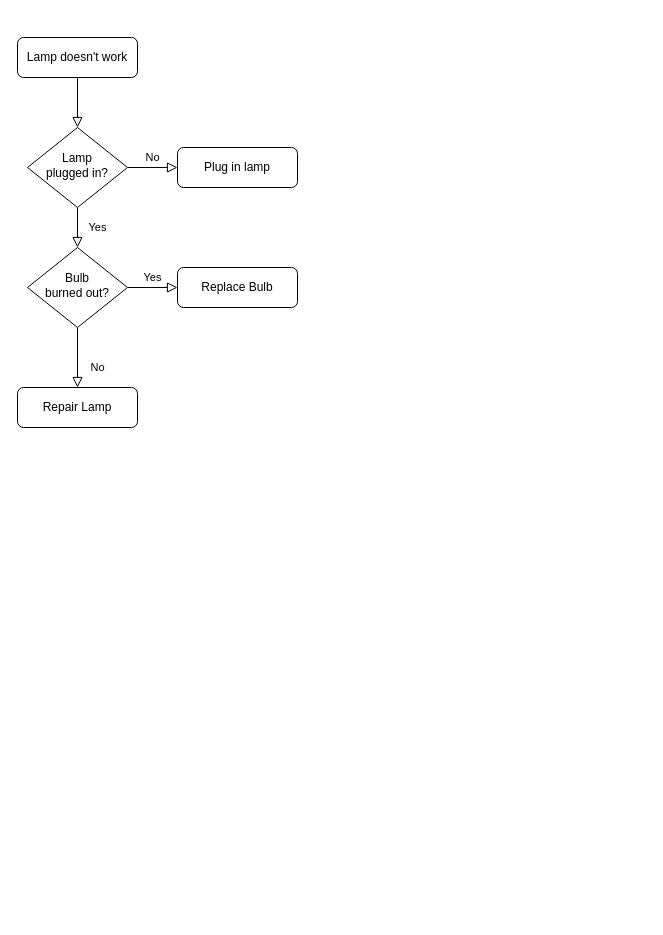
The draw.io diagram Untitled Diagram.drawio in peipeipeipeigit/ohmyworld, before the edit. Source tidied: cells renumbered, new cells numbered last; positions are measured from the earlier drawing's top-left corner, leaving out a move shared by most shapes. Both pictures are drawn from the tidied source at 100%, with x=0, y=0 at pixel (17, 37).
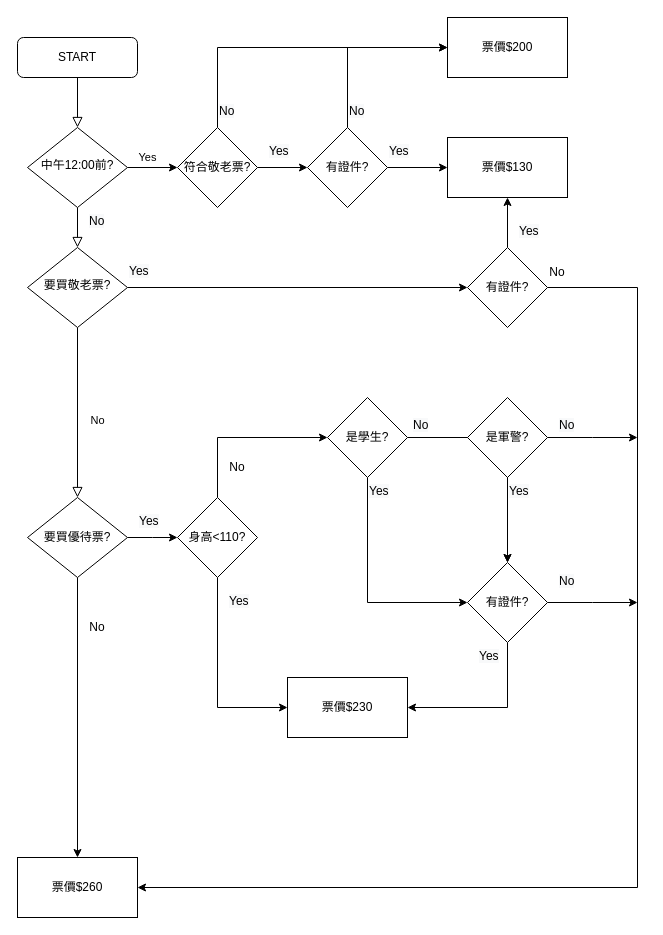
The same diagram, later.

Diff of the diagram source:
```diff
@@
-    <mxCell id="3" value="Lamp doesn't work" style="rounded=1;whiteSpace=wrap;html=1;fontSize=12;glass=0;strokeWidth=1;shadow=0;" parent="1" vertex="1">
+    <mxCell id="3" value="START" style="rounded=1;whiteSpace=wrap;html=1;fontSize=12;glass=0;strokeWidth=1;shadow=0;" parent="1" vertex="1">
       <mxGeometry width="120" height="40" as="geometry" />
     </mxCell>
     <mxCell id="4" value="Yes" style="rounded=0;html=1;jettySize=auto;fontSize=11;endArrow=block;endFill=0;endSize=8;strokeWidth=1;shadow=0;labelBackgroundColor=none;edgeStyle=orthogonalEdgeStyle;" parent="1" edge="1" source="6" target="10">
-      <mxGeometry y="20" relative="1" as="geometry" />
+      <mxGeometry x="-1" y="86" relative="1" as="geometry">
+        <mxPoint x="-16" y="-50" as="offset" />
+      </mxGeometry>
     </mxCell>
-    <mxCell id="5" value="No" style="edgeStyle=orthogonalEdgeStyle;rounded=0;html=1;jettySize=auto;fontSize=11;endArrow=block;endFill=0;endSize=8;strokeWidth=1;shadow=0;labelBackgroundColor=none;" parent="1" edge="1" source="6" target="7">
-      <mxGeometry y="10" relative="1" as="geometry" />
-    </mxCell>
+    <mxCell id="13" style="edgeStyle=orthogonalEdgeStyle;rounded=0;jettySize=auto;html=1;" parent="1" edge="1" source="6" target="17">
+      <mxGeometry relative="1" as="geometry" />
+    </mxCell>
-    <mxCell id="6" value="Lamp&lt;br&gt;plugged in?" style="rhombus;whiteSpace=wrap;html=1;shadow=0;fontFamily=Helvetica;fontSize=12;align=center;strokeWidth=1;spacing=6;spacingTop=-4;" parent="1" vertex="1">
+    <mxCell id="6" value="中午12:00前?" style="rhombus;whiteSpace=wrap;html=1;shadow=0;fontFamily=Helvetica;fontSize=12;align=center;strokeWidth=1;spacing=6;spacingTop=-4;" parent="1" vertex="1">
       <mxGeometry x="10" y="90" width="100" height="80" as="geometry" />
     </mxCell>
-    <mxCell id="7" value="Plug in lamp" style="rounded=1;whiteSpace=wrap;html=1;fontSize=12;glass=0;strokeWidth=1;shadow=0;" parent="1" vertex="1">
-      <mxGeometry x="160" y="110" width="120" height="40" as="geometry" />
-    </mxCell>
-    <mxCell id="8" value="No" style="rounded=0;html=1;jettySize=auto;fontSize=11;endArrow=block;endFill=0;endSize=8;strokeWidth=1;shadow=0;labelBackgroundColor=none;edgeStyle=orthogonalEdgeStyle;" parent="1" edge="1" source="10" target="11">
-      <mxGeometry x="0.33" y="20" relative="1" as="geometry" />
+    <mxCell id="8" value="No" style="rounded=0;html=1;jettySize=auto;fontSize=11;endArrow=block;endFill=0;endSize=8;strokeWidth=1;shadow=0;labelBackgroundColor=none;edgeStyle=orthogonalEdgeStyle;entryX=0.5;entryY=0;entryDx=0;entryDy=0;exitX=0.5;exitY=1;exitDx=0;exitDy=0;" parent="1" edge="1" source="10" target="24">
+      <mxGeometry x="0.09" y="20" relative="1" as="geometry" />
     </mxCell>
-    <mxCell id="9" value="Yes" style="edgeStyle=orthogonalEdgeStyle;rounded=0;html=1;jettySize=auto;fontSize=11;endArrow=block;endFill=0;endSize=8;strokeWidth=1;shadow=0;labelBackgroundColor=none;" parent="1" edge="1" source="10" target="12">
-      <mxGeometry y="10" relative="1" as="geometry" />
-    </mxCell>
+    <mxCell id="14" style="edgeStyle=orthogonalEdgeStyle;rounded=0;jettySize=auto;html=1;entryX=0;entryY=0.5;entryDx=0;entryDy=0;" parent="1" edge="1" source="10" target="49">
+      <mxGeometry relative="1" as="geometry" />
+    </mxCell>
-    <mxCell id="10" value="Bulb&lt;br&gt;burned out?" style="rhombus;whiteSpace=wrap;html=1;shadow=0;fontFamily=Helvetica;fontSize=12;align=center;strokeWidth=1;spacing=6;spacingTop=-4;" parent="1" vertex="1">
+    <mxCell id="10" value="要買敬老票?" style="rhombus;whiteSpace=wrap;html=1;shadow=0;fontFamily=Helvetica;fontSize=12;align=center;strokeWidth=1;spacing=6;spacingTop=-4;" parent="1" vertex="1">
       <mxGeometry x="10" y="210" width="100" height="80" as="geometry" />
     </mxCell>
-    <mxCell id="11" value="Repair Lamp" style="rounded=1;whiteSpace=wrap;html=1;fontSize=12;glass=0;strokeWidth=1;shadow=0;" parent="1" vertex="1">
-      <mxGeometry y="350" width="120" height="40" as="geometry" />
-    </mxCell>
-    <mxCell id="12" value="Replace Bulb" style="rounded=1;whiteSpace=wrap;html=1;fontSize=12;glass=0;strokeWidth=1;shadow=0;" parent="1" vertex="1">
-      <mxGeometry x="160" y="230" width="120" height="40" as="geometry" />
-    </mxCell>
+    <mxCell id="15" style="edgeStyle=orthogonalEdgeStyle;rounded=0;jettySize=auto;html=1;" parent="1" edge="1" source="17" target="20">
+      <mxGeometry relative="1" as="geometry" />
+    </mxCell>
+    <mxCell id="16" style="edgeStyle=orthogonalEdgeStyle;rounded=0;jettySize=auto;html=1;entryX=0;entryY=0.5;entryDx=0;entryDy=0;" parent="1" edge="1" source="17" target="42">
+      <mxGeometry relative="1" as="geometry">
+        <Array as="points">
+          <mxPoint x="200" y="10" />
+        </Array>
+      </mxGeometry>
+    </mxCell>
+    <mxCell id="17" value="符合敬老票?" style="rhombus;whiteSpace=wrap;html=1;" parent="1" vertex="1">
+      <mxGeometry x="160" y="90" width="80" height="80" as="geometry" />
+    </mxCell>
+    <mxCell id="18" style="edgeStyle=orthogonalEdgeStyle;rounded=0;jettySize=auto;html=1;" parent="1" edge="1" source="20" target="21">
+      <mxGeometry relative="1" as="geometry" />
+    </mxCell>
+    <mxCell id="19" style="edgeStyle=orthogonalEdgeStyle;rounded=0;jettySize=auto;html=1;entryX=0;entryY=0.5;entryDx=0;entryDy=0;exitX=0.5;exitY=0;exitDx=0;exitDy=0;" parent="1" edge="1" source="20" target="42">
+      <mxGeometry relative="1" as="geometry" />
+    </mxCell>
+    <mxCell id="20" value="有證件?" style="rhombus;whiteSpace=wrap;html=1;" parent="1" vertex="1">
+      <mxGeometry x="290" y="90" width="80" height="80" as="geometry" />
+    </mxCell>
+    <mxCell id="21" value="票價$130" style="rounded=0;whiteSpace=wrap;html=1;" parent="1" vertex="1">
+      <mxGeometry x="430" y="100" width="120" height="60" as="geometry" />
+    </mxCell>
+    <mxCell id="22" style="edgeStyle=orthogonalEdgeStyle;rounded=0;jettySize=auto;html=1;" parent="1" edge="1" source="24">
+      <mxGeometry relative="1" as="geometry">
+        <mxPoint x="160" y="500" as="targetPoint" />
+      </mxGeometry>
+    </mxCell>
+    <mxCell id="23" style="edgeStyle=orthogonalEdgeStyle;rounded=0;jettySize=auto;html=1;entryX=0.5;entryY=0;entryDx=0;entryDy=0;" parent="1" edge="1" source="24" target="32">
+      <mxGeometry relative="1" as="geometry" />
+    </mxCell>
+    <mxCell id="24" value="要買優待票?" style="rhombus;whiteSpace=wrap;html=1;" parent="1" vertex="1">
+      <mxGeometry x="10" y="460" width="100" height="80" as="geometry" />
+    </mxCell>
+    <mxCell id="25" style="edgeStyle=orthogonalEdgeStyle;rounded=0;jettySize=auto;html=1;entryX=0;entryY=0.5;entryDx=0;entryDy=0;exitX=0.5;exitY=0;exitDx=0;exitDy=0;" parent="1" edge="1" source="31" target="35">
+      <mxGeometry relative="1" as="geometry" />
+    </mxCell>
+    <mxCell id="26" style="edgeStyle=orthogonalEdgeStyle;rounded=0;jettySize=auto;html=1;exitX=0.5;exitY=1;exitDx=0;exitDy=0;" parent="1" edge="1" source="28" target="29">
+      <mxGeometry relative="1" as="geometry">
+        <Array as="points">
+          <mxPoint x="490" y="670" />
+        </Array>
+      </mxGeometry>
+    </mxCell>
+    <mxCell id="27" style="edgeStyle=orthogonalEdgeStyle;rounded=0;jettySize=auto;html=1;exitX=1;exitY=0.5;exitDx=0;exitDy=0;" parent="1" edge="1" source="28">
+      <mxGeometry relative="1" as="geometry">
+        <mxPoint x="620" y="565" as="targetPoint" />
+      </mxGeometry>
+    </mxCell>
+    <mxCell id="28" value="有證件?" style="rhombus;whiteSpace=wrap;html=1;" parent="1" vertex="1">
+      <mxGeometry x="450" y="525" width="80" height="80" as="geometry" />
+    </mxCell>
+    <mxCell id="29" value="票價$230" style="rounded=0;whiteSpace=wrap;html=1;" parent="1" vertex="1">
+      <mxGeometry x="270" y="640" width="120" height="60" as="geometry" />
+    </mxCell>
+    <mxCell id="30" style="edgeStyle=orthogonalEdgeStyle;rounded=0;jettySize=auto;html=1;exitX=0.5;exitY=1;exitDx=0;exitDy=0;" parent="1" edge="1" source="31" target="29">
+      <mxGeometry relative="1" as="geometry">
+        <Array as="points">
+          <mxPoint x="200" y="670" />
+        </Array>
+      </mxGeometry>
+    </mxCell>
+    <mxCell id="31" value="身高&amp;lt;110?" style="rhombus;whiteSpace=wrap;html=1;" parent="1" vertex="1">
+      <mxGeometry x="160" y="460" width="80" height="80" as="geometry" />
+    </mxCell>
+    <mxCell id="32" value="票價$260" style="rounded=0;whiteSpace=wrap;html=1;" parent="1" vertex="1">
+      <mxGeometry y="820" width="120" height="60" as="geometry" />
+    </mxCell>
+    <mxCell id="33" style="edgeStyle=orthogonalEdgeStyle;rounded=0;jettySize=auto;html=1;" parent="1" edge="1" source="35" target="28">
+      <mxGeometry relative="1" as="geometry" />
+    </mxCell>
+    <mxCell id="34" style="edgeStyle=orthogonalEdgeStyle;rounded=0;jettySize=auto;html=1;entryX=0;entryY=0.5;entryDx=0;entryDy=0;" parent="1" edge="1" source="35" target="28">
+      <mxGeometry relative="1" as="geometry">
+        <Array as="points">
+          <mxPoint x="350" y="565" />
+        </Array>
+      </mxGeometry>
+    </mxCell>
+    <mxCell id="35" value="是學生?" style="rhombus;whiteSpace=wrap;html=1;" parent="1" vertex="1">
+      <mxGeometry x="310" y="360" width="80" height="80" as="geometry" />
+    </mxCell>
+    <mxCell id="36" style="edgeStyle=orthogonalEdgeStyle;rounded=0;jettySize=auto;html=1;" parent="1" edge="1" source="38" target="28">
+      <mxGeometry relative="1" as="geometry" />
+    </mxCell>
+    <mxCell id="37" style="edgeStyle=orthogonalEdgeStyle;rounded=0;jettySize=auto;html=1;" parent="1" edge="1" source="38">
+      <mxGeometry relative="1" as="geometry">
+        <mxPoint x="620" y="400" as="targetPoint" />
+      </mxGeometry>
+    </mxCell>
+    <mxCell id="38" value="是軍警?" style="rhombus;whiteSpace=wrap;html=1;" parent="1" vertex="1">
+      <mxGeometry x="450" y="360" width="80" height="80" as="geometry" />
+    </mxCell>
+    <mxCell id="39" value="No" style="text;html=1;strokeColor=none;fillColor=none;align=center;verticalAlign=middle;whiteSpace=wrap;rounded=0;" parent="1" vertex="1">
+      <mxGeometry x="60" y="580" width="40" height="20" as="geometry" />
+    </mxCell>
+    <mxCell id="40" value="&lt;span style=&quot;color: rgb(0 , 0 , 0) ; font-family: &amp;#34;helvetica&amp;#34; ; font-size: 12px ; font-style: normal ; font-weight: 400 ; letter-spacing: normal ; text-align: center ; text-indent: 0px ; text-transform: none ; word-spacing: 0px ; background-color: rgb(248 , 249 , 250) ; float: none ; display: inline&quot;&gt;Yes&lt;/span&gt;" style="text;whiteSpace=wrap;html=1;" parent="1" vertex="1">
+      <mxGeometry x="250" y="100" width="40" height="30" as="geometry" />
+    </mxCell>
+    <mxCell id="41" value="&lt;span style=&quot;color: rgb(0 , 0 , 0) ; font-family: &amp;#34;helvetica&amp;#34; ; font-size: 12px ; font-style: normal ; font-weight: 400 ; letter-spacing: normal ; text-align: center ; text-indent: 0px ; text-transform: none ; word-spacing: 0px ; background-color: rgb(248 , 249 , 250) ; float: none ; display: inline&quot;&gt;Yes&lt;/span&gt;" style="text;whiteSpace=wrap;html=1;" parent="1" vertex="1">
+      <mxGeometry x="370" y="100" width="40" height="30" as="geometry" />
+    </mxCell>
+    <mxCell id="42" value="票價$200" style="rounded=0;whiteSpace=wrap;html=1;" parent="1" vertex="1">
+      <mxGeometry x="430" y="-20" width="120" height="60" as="geometry" />
+    </mxCell>
+    <mxCell id="43" value="&lt;span style=&quot;color: rgb(0, 0, 0); font-family: Helvetica; font-size: 12px; font-style: normal; font-variant-ligatures: normal; font-variant-caps: normal; font-weight: 400; letter-spacing: normal; orphans: 2; text-align: center; text-indent: 0px; text-transform: none; widows: 2; word-spacing: 0px; -webkit-text-stroke-width: 0px; background-color: rgb(248, 249, 250); text-decoration-style: initial; text-decoration-color: initial; float: none; display: inline !important;&quot;&gt;No&lt;/span&gt;" style="text;whiteSpace=wrap;html=1;" parent="1" vertex="1">
+      <mxGeometry x="70" y="170" width="40" height="30" as="geometry" />
+    </mxCell>
+    <mxCell id="44" value="&lt;span style=&quot;color: rgb(0, 0, 0); font-family: Helvetica; font-size: 12px; font-style: normal; font-variant-ligatures: normal; font-variant-caps: normal; font-weight: 400; letter-spacing: normal; orphans: 2; text-align: center; text-indent: 0px; text-transform: none; widows: 2; word-spacing: 0px; -webkit-text-stroke-width: 0px; background-color: rgb(248, 249, 250); text-decoration-style: initial; text-decoration-color: initial; float: none; display: inline !important;&quot;&gt;No&lt;/span&gt;" style="text;whiteSpace=wrap;html=1;" parent="1" vertex="1">
+      <mxGeometry x="330" y="60" width="40" height="30" as="geometry" />
+    </mxCell>
+    <mxCell id="45" value="&lt;span style=&quot;color: rgb(0, 0, 0); font-family: Helvetica; font-size: 12px; font-style: normal; font-variant-ligatures: normal; font-variant-caps: normal; font-weight: 400; letter-spacing: normal; orphans: 2; text-align: center; text-indent: 0px; text-transform: none; widows: 2; word-spacing: 0px; -webkit-text-stroke-width: 0px; background-color: rgb(248, 249, 250); text-decoration-style: initial; text-decoration-color: initial; float: none; display: inline !important;&quot;&gt;No&lt;/span&gt;" style="text;whiteSpace=wrap;html=1;" parent="1" vertex="1">
+      <mxGeometry x="200" y="60" width="40" height="30" as="geometry" />
+    </mxCell>
+    <mxCell id="46" value="&lt;span style=&quot;color: rgb(0 , 0 , 0) ; font-family: &amp;#34;helvetica&amp;#34; ; font-size: 12px ; font-style: normal ; font-weight: 400 ; letter-spacing: normal ; text-align: center ; text-indent: 0px ; text-transform: none ; word-spacing: 0px ; background-color: rgb(248 , 249 , 250) ; float: none ; display: inline&quot;&gt;Yes&lt;/span&gt;" style="text;whiteSpace=wrap;html=1;" parent="1" vertex="1">
+      <mxGeometry x="110" y="220" width="40" height="30" as="geometry" />
+    </mxCell>
+    <mxCell id="47" style="edgeStyle=orthogonalEdgeStyle;rounded=0;jettySize=auto;html=1;entryX=1;entryY=0.5;entryDx=0;entryDy=0;exitX=1;exitY=0.5;exitDx=0;exitDy=0;" parent="1" edge="1" source="49" target="32">
+      <mxGeometry relative="1" as="geometry">
+        <Array as="points">
+          <mxPoint x="620" y="250" />
+          <mxPoint x="620" y="850" />
+        </Array>
+      </mxGeometry>
+    </mxCell>
+    <mxCell id="48" style="edgeStyle=orthogonalEdgeStyle;rounded=0;jettySize=auto;html=1;" parent="1" edge="1" source="49" target="21">
+      <mxGeometry relative="1" as="geometry" />
+    </mxCell>
+    <mxCell id="49" value="有證件?" style="rhombus;whiteSpace=wrap;html=1;" parent="1" vertex="1">
+      <mxGeometry x="450" y="210" width="80" height="80" as="geometry" />
+    </mxCell>
+    <mxCell id="50" value="&lt;span style=&quot;color: rgb(0 , 0 , 0) ; font-family: &amp;#34;helvetica&amp;#34; ; font-size: 12px ; font-style: normal ; font-weight: 400 ; letter-spacing: normal ; text-align: center ; text-indent: 0px ; text-transform: none ; word-spacing: 0px ; background-color: rgb(248 , 249 , 250) ; float: none ; display: inline&quot;&gt;Yes&lt;/span&gt;" style="text;whiteSpace=wrap;html=1;" parent="1" vertex="1">
+      <mxGeometry x="500" y="180" width="40" height="30" as="geometry" />
+    </mxCell>
+    <mxCell id="51" value="&lt;span style=&quot;color: rgb(0 , 0 , 0) ; font-family: &amp;#34;helvetica&amp;#34; ; font-size: 12px ; font-style: normal ; font-weight: 400 ; letter-spacing: normal ; text-align: center ; text-indent: 0px ; text-transform: none ; word-spacing: 0px ; background-color: rgb(248 , 249 , 250) ; float: none ; display: inline&quot;&gt;Yes&lt;/span&gt;" style="text;whiteSpace=wrap;html=1;" parent="1" vertex="1">
+      <mxGeometry x="120" y="470" width="40" height="30" as="geometry" />
+    </mxCell>
+    <mxCell id="52" value="&lt;span style=&quot;color: rgb(0 , 0 , 0) ; font-family: &amp;#34;helvetica&amp;#34; ; font-size: 12px ; font-style: normal ; font-weight: 400 ; letter-spacing: normal ; text-align: center ; text-indent: 0px ; text-transform: none ; word-spacing: 0px ; background-color: rgb(248 , 249 , 250) ; float: none ; display: inline&quot;&gt;Yes&lt;/span&gt;" style="text;whiteSpace=wrap;html=1;" parent="1" vertex="1">
+      <mxGeometry x="210" y="550" width="40" height="30" as="geometry" />
+    </mxCell>
+    <mxCell id="53" value="&lt;span style=&quot;color: rgb(0 , 0 , 0) ; font-family: &amp;#34;helvetica&amp;#34; ; font-size: 12px ; font-style: normal ; font-weight: 400 ; letter-spacing: normal ; text-align: center ; text-indent: 0px ; text-transform: none ; word-spacing: 0px ; background-color: rgb(248 , 249 , 250) ; float: none ; display: inline&quot;&gt;Yes&lt;/span&gt;" style="text;whiteSpace=wrap;html=1;" parent="1" vertex="1">
+      <mxGeometry x="490" y="440" width="40" height="30" as="geometry" />
+    </mxCell>
+    <mxCell id="54" value="&lt;span style=&quot;color: rgb(0 , 0 , 0) ; font-family: &amp;#34;helvetica&amp;#34; ; font-size: 12px ; font-style: normal ; font-weight: 400 ; letter-spacing: normal ; text-align: center ; text-indent: 0px ; text-transform: none ; word-spacing: 0px ; background-color: rgb(248 , 249 , 250) ; float: none ; display: inline&quot;&gt;Yes&lt;/span&gt;" style="text;whiteSpace=wrap;html=1;" parent="1" vertex="1">
+      <mxGeometry x="350" y="440" width="40" height="30" as="geometry" />
+    </mxCell>
+    <mxCell id="55" value="No" style="text;html=1;strokeColor=none;fillColor=none;align=center;verticalAlign=middle;whiteSpace=wrap;rounded=0;" parent="1" vertex="1">
+      <mxGeometry x="200" y="420" width="40" height="20" as="geometry" />
+    </mxCell>
+    <mxCell id="56" value="&lt;span style=&quot;color: rgb(0 , 0 , 0) ; font-family: &amp;#34;helvetica&amp;#34; ; font-size: 12px ; font-style: normal ; font-weight: 400 ; letter-spacing: normal ; text-align: center ; text-indent: 0px ; text-transform: none ; word-spacing: 0px ; background-color: rgb(248 , 249 , 250) ; float: none ; display: inline&quot;&gt;Yes&lt;/span&gt;" style="text;whiteSpace=wrap;html=1;" parent="1" vertex="1">
+      <mxGeometry x="460" y="605" width="40" height="30" as="geometry" />
+    </mxCell>
+    <mxCell id="57" value="&lt;span style=&quot;color: rgb(0, 0, 0); font-family: Helvetica; font-size: 12px; font-style: normal; font-variant-ligatures: normal; font-variant-caps: normal; font-weight: 400; letter-spacing: normal; orphans: 2; text-align: center; text-indent: 0px; text-transform: none; widows: 2; word-spacing: 0px; -webkit-text-stroke-width: 0px; background-color: rgb(248, 249, 250); text-decoration-style: initial; text-decoration-color: initial; float: none; display: inline !important;&quot;&gt;No&lt;/span&gt;" style="text;whiteSpace=wrap;html=1;" parent="1" vertex="1">
+      <mxGeometry x="394" y="374" width="40" height="30" as="geometry" />
+    </mxCell>
+    <mxCell id="58" value="&lt;span style=&quot;color: rgb(0, 0, 0); font-family: Helvetica; font-size: 12px; font-style: normal; font-variant-ligatures: normal; font-variant-caps: normal; font-weight: 400; letter-spacing: normal; orphans: 2; text-align: center; text-indent: 0px; text-transform: none; widows: 2; word-spacing: 0px; -webkit-text-stroke-width: 0px; background-color: rgb(248, 249, 250); text-decoration-style: initial; text-decoration-color: initial; float: none; display: inline !important;&quot;&gt;No&lt;/span&gt;" style="text;whiteSpace=wrap;html=1;" parent="1" vertex="1">
+      <mxGeometry x="540" y="374" width="40" height="30" as="geometry" />
+    </mxCell>
+    <mxCell id="59" value="&lt;span style=&quot;color: rgb(0, 0, 0); font-family: Helvetica; font-size: 12px; font-style: normal; font-variant-ligatures: normal; font-variant-caps: normal; font-weight: 400; letter-spacing: normal; orphans: 2; text-align: center; text-indent: 0px; text-transform: none; widows: 2; word-spacing: 0px; -webkit-text-stroke-width: 0px; background-color: rgb(248, 249, 250); text-decoration-style: initial; text-decoration-color: initial; float: none; display: inline !important;&quot;&gt;No&lt;/span&gt;" style="text;whiteSpace=wrap;html=1;" parent="1" vertex="1">
+      <mxGeometry x="540" y="530" width="40" height="30" as="geometry" />
+    </mxCell>
+    <mxCell id="60" value="No" style="text;html=1;strokeColor=none;fillColor=none;align=center;verticalAlign=middle;whiteSpace=wrap;rounded=0;" parent="1" vertex="1">
+      <mxGeometry x="520" y="225" width="40" height="20" as="geometry" />
+    </mxCell>
```
